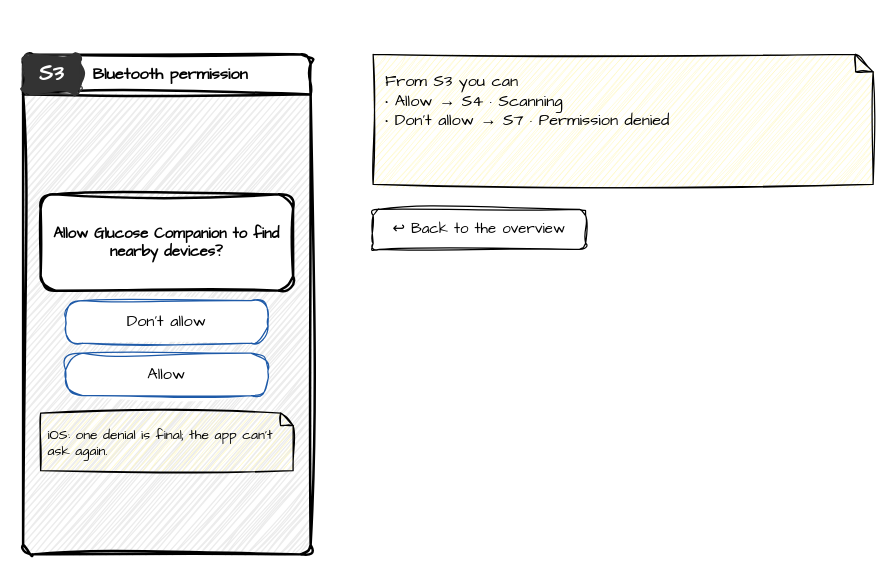
Above: page "S3 Bluetooth permission" (4 of 15) of docs/examples/pair-a-meter/click-through.drawio in AnilDeshpande/codetutor-mobile-prototyper (draw.io), before the change. Source tidied: cells renumbered, new cells numbered last; positions are measured from the earlier drawing's top-left corner, leaving out a move shared by most shapes. Both pictures are drawn from the tidied source at 125%, with x=0, y=0 at pixel (22, 54).
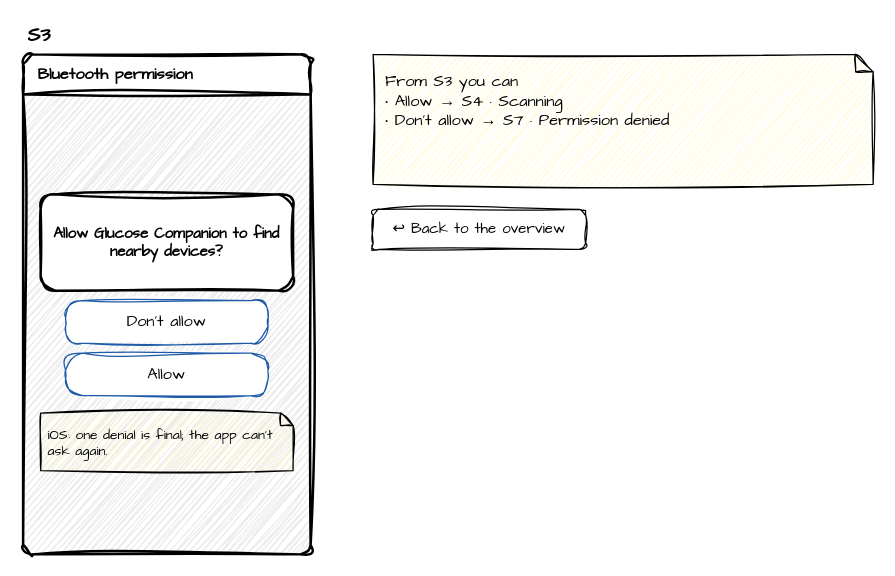
After the change.

The edit, as a diff of the source:
```diff
@@
 <mxGraphModel>
   <root>
     <mxCell id="0" />
     <mxCell id="1" parent="0" />
-    <mxCell id="2" value="Bluetooth permission" style="sketch=1;curveFitting=1;jiggle=2;hachureGap=4;fontFamily=Architects Daughter;html=1;whiteSpace=wrap;swimlane;startSize=32;rounded=1;arcSize=8;strokeWidth=2;align=left;spacingLeft=54;fontSize=13;fontStyle=1;fillColor=#ffffff;swimlaneFillColor=#ececec;" parent="1" vertex="1">
+    <mxCell id="2" value="Bluetooth permission" style="sketch=1;curveFitting=1;jiggle=2;hachureGap=4;fontFamily=Architects Daughter;html=1;whiteSpace=wrap;swimlane;startSize=32;rounded=1;arcSize=8;strokeWidth=2;align=left;spacingLeft=10;fontSize=13;fontStyle=1;fillColor=#ffffff;swimlaneFillColor=#ececec;" parent="1" vertex="1">
       <mxGeometry width="230" height="400" as="geometry" />
     </mxCell>
-    <mxCell id="3" value="&lt;b&gt;S3&lt;/b&gt;" style="sketch=1;curveFitting=1;jiggle=2;hachureGap=4;fontFamily=Architects Daughter;html=1;whiteSpace=wrap;rounded=1;arcSize=20;fontSize=17;fillColor=#333333;fillStyle=solid;strokeColor=#333333;fontColor=#ffffff;" parent="2" vertex="1">
-      <mxGeometry width="46" height="32" as="geometry" />
+    <mxCell id="3" value="&lt;b&gt;S3&lt;/b&gt;" style="sketch=1;curveFitting=1;jiggle=2;hachureGap=4;fontFamily=Architects Daughter;html=1;whiteSpace=wrap;text;align=left;verticalAlign=middle;fontSize=16;strokeColor=none;fillColor=none;" parent="2" vertex="1">
+      <mxGeometry x="2" y="-26" width="50" height="22" as="geometry" />
     </mxCell>
     <mxCell id="4" value="&lt;b&gt;Allow Glucose Companion to find nearby devices?&lt;/b&gt;" style="sketch=1;curveFitting=1;jiggle=2;hachureGap=4;fontFamily=Architects Daughter;html=1;whiteSpace=wrap;rounded=1;fontSize=12;fillColor=#ffffff;strokeWidth=2;spacing=8;" parent="2" vertex="1">
       <mxGeometry x="14" y="112" width="202" height="77" as="geometry" />
     </mxCell>
     <mxCell id="5" value="Don't allow" style="sketch=1;curveFitting=1;jiggle=2;hachureGap=4;fontFamily=Architects Daughter;html=1;whiteSpace=wrap;rounded=1;arcSize=40;fontSize=13;fillColor=#ffffff;strokeColor=#1e5aa8;" parent="2" vertex="1">
       <mxGeometry x="34" y="197" width="162" height="34" as="geometry" />
     </mxCell>
     <mxCell id="6" value="Allow" style="sketch=1;curveFitting=1;jiggle=2;hachureGap=4;fontFamily=Architects Daughter;html=1;whiteSpace=wrap;rounded=1;arcSize=40;fontSize=13;fillColor=#ffffff;strokeColor=#1e5aa8;" parent="2" vertex="1">
       <mxGeometry x="34" y="239" width="162" height="34" as="geometry" />
     </mxCell>
     <mxCell id="7" value="iOS: one denial is final; the app can't ask again." style="sketch=1;curveFitting=1;jiggle=2;hachureGap=4;fontFamily=Architects Daughter;html=1;whiteSpace=wrap;shape=note;size=10;align=left;verticalAlign=top;spacing=6;fontSize=11;fillColor=#fff8c4;" parent="2" vertex="1">
       <mxGeometry x="14" y="287" width="202" height="46" as="geometry" />
     </mxCell>
     <mxCell id="8" value="From S3 you can&lt;br&gt;• Allow  →  S4 · Scanning&lt;br&gt;• Don't allow  →  S7 · Permission denied" style="sketch=1;curveFitting=1;jiggle=2;hachureGap=4;fontFamily=Architects Daughter;html=1;whiteSpace=wrap;shape=note;size=14;align=left;verticalAlign=top;spacing=10;fontSize=13;fillColor=#fff8c4;" parent="1" vertex="1">
       <mxGeometry x="280" width="400" height="104" as="geometry" />
     </mxCell>
     <mxCell id="9" value="↩ Back to the overview" style="sketch=1;curveFitting=1;jiggle=2;hachureGap=4;fontFamily=Architects Daughter;html=1;whiteSpace=wrap;rounded=1;fontSize=12;fillColor=#ffffff;" parent="1" vertex="1">
       <mxGeometry x="280" y="124" width="170" height="32" as="geometry" />
     </mxCell>
   </root>
 </mxGraphModel>
```
